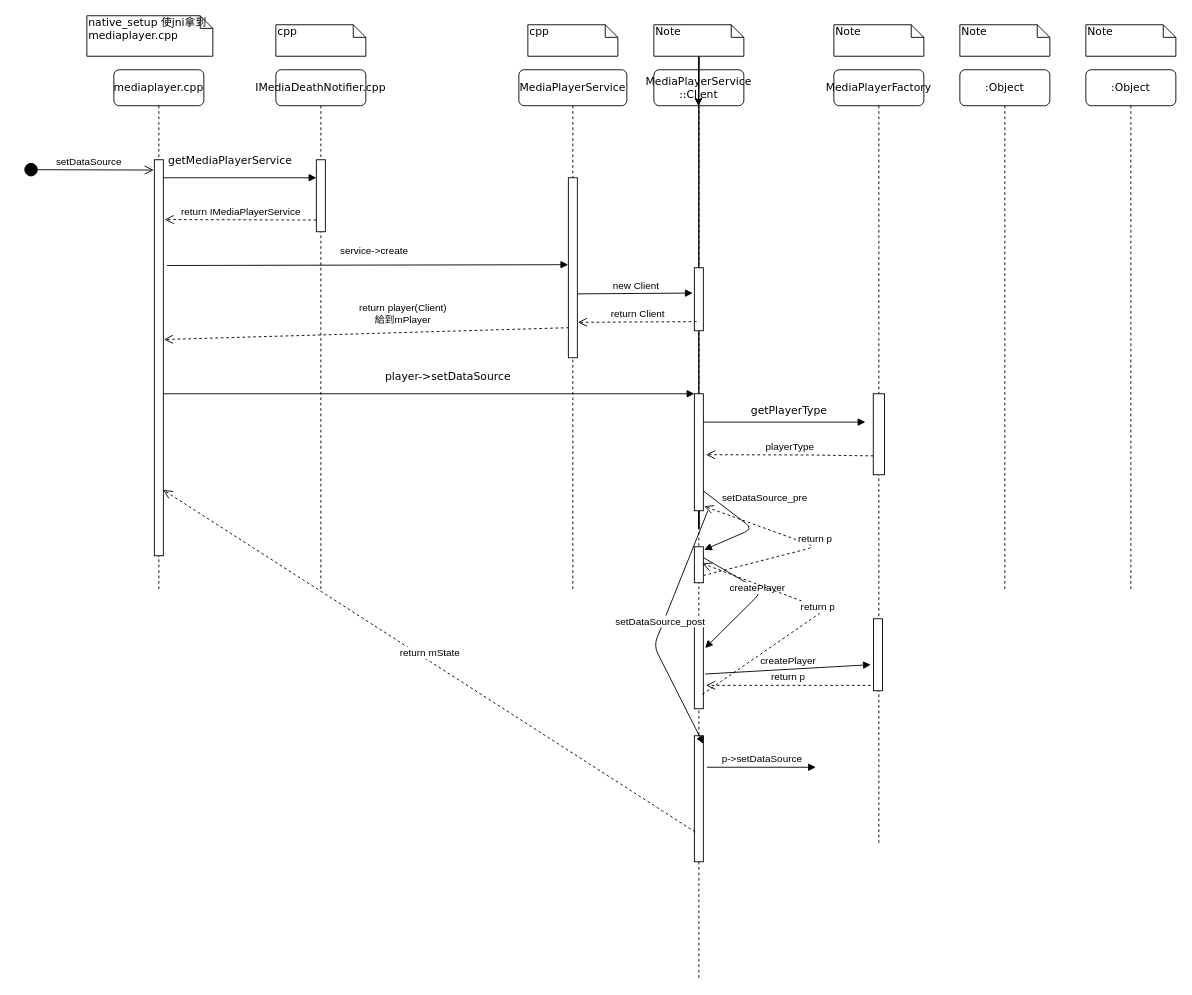
Above: player起播.drawio in yaodewei/Diagram (draw.io), before the change. Source tidied: cells renumbered, new cells numbered last; positions are measured from the earlier drawing's top-left corner, leaving out a move shared by most shapes. Both pictures are drawn from the tidied source at 90%, with x=0, y=0 at pixel (23, 15).
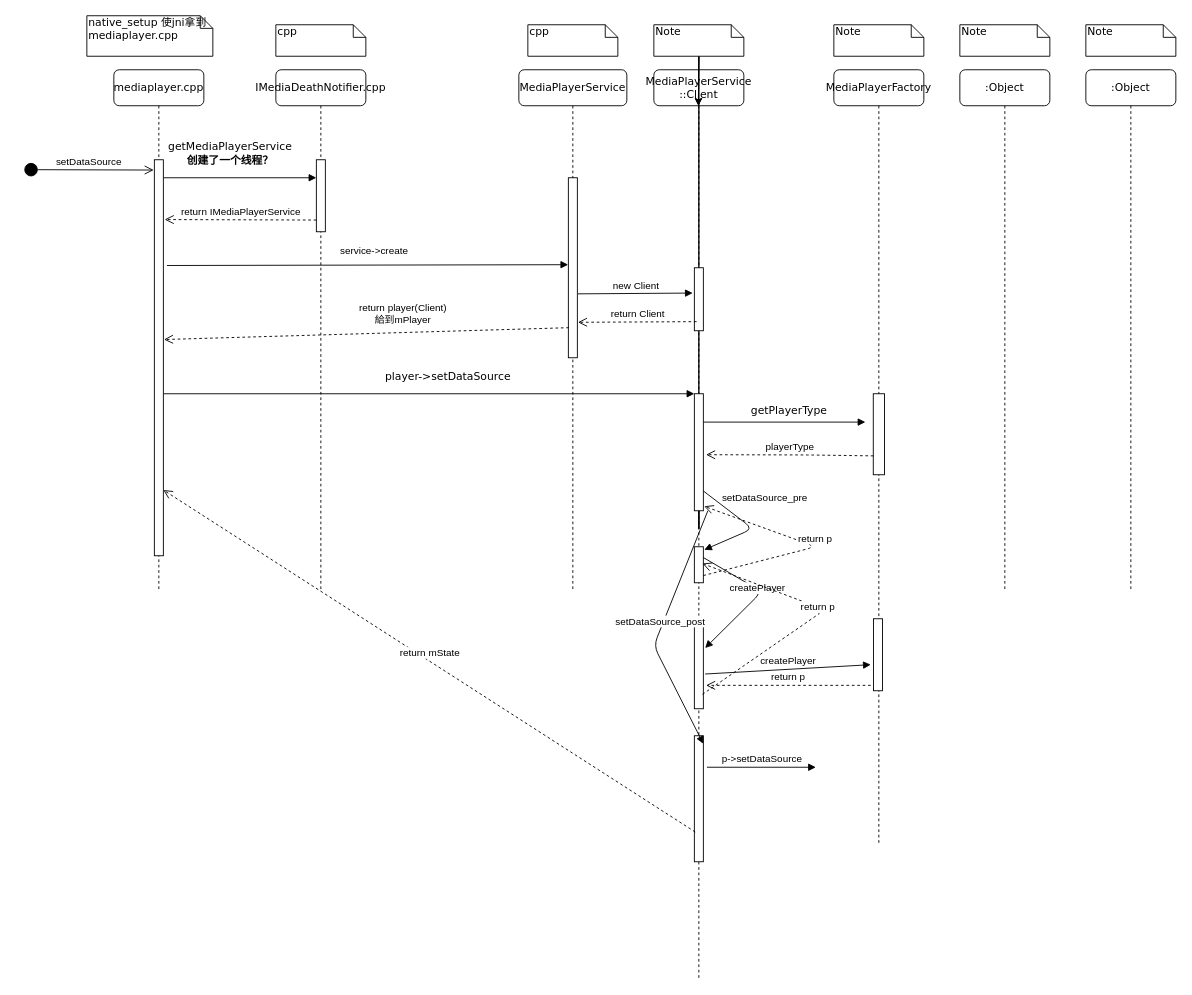
The same page after the edit.

Unchanged cells that the change refers to:
```xml
<mxCell id="17" style="html=1;points=[];perimeter=orthogonalPerimeter;rounded=0;shadow=0;comic=0;labelBackgroundColor=none;strokeWidth=1;fontFamily=Verdana;fontSize=12;align=center;" parent="16" vertex="1">
  <mxGeometry x="45" y="100" width="10" height="440" as="geometry" />
</mxCell>
```

Change to the diagram source:
```diff
@@
-    <mxCell id="24" value="getMediaPlayerService" style="html=1;verticalAlign=bottom;endArrow=block;labelBackgroundColor=none;fontFamily=Verdana;fontSize=12;edgeStyle=elbowEdgeStyle;elbow=vertical;" parent="1" edge="1" source="17">
+    <mxCell id="24" value="getMediaPlayerService&lt;br&gt;&lt;b&gt;创建了一个线程？&lt;/b&gt;" style="html=1;verticalAlign=bottom;endArrow=block;labelBackgroundColor=none;fontFamily=Verdana;fontSize=12;edgeStyle=elbowEdgeStyle;elbow=vertical;" parent="1" edge="1" source="17">
       <mxGeometry x="-0.13" y="10" relative="1" as="geometry">
         <mxPoint x="325" y="180" as="targetPoint" />
         <Array as="points">
           <mxPoint x="325" y="180" />
         </Array>
       </mxGeometry>
     </mxCell>
```
